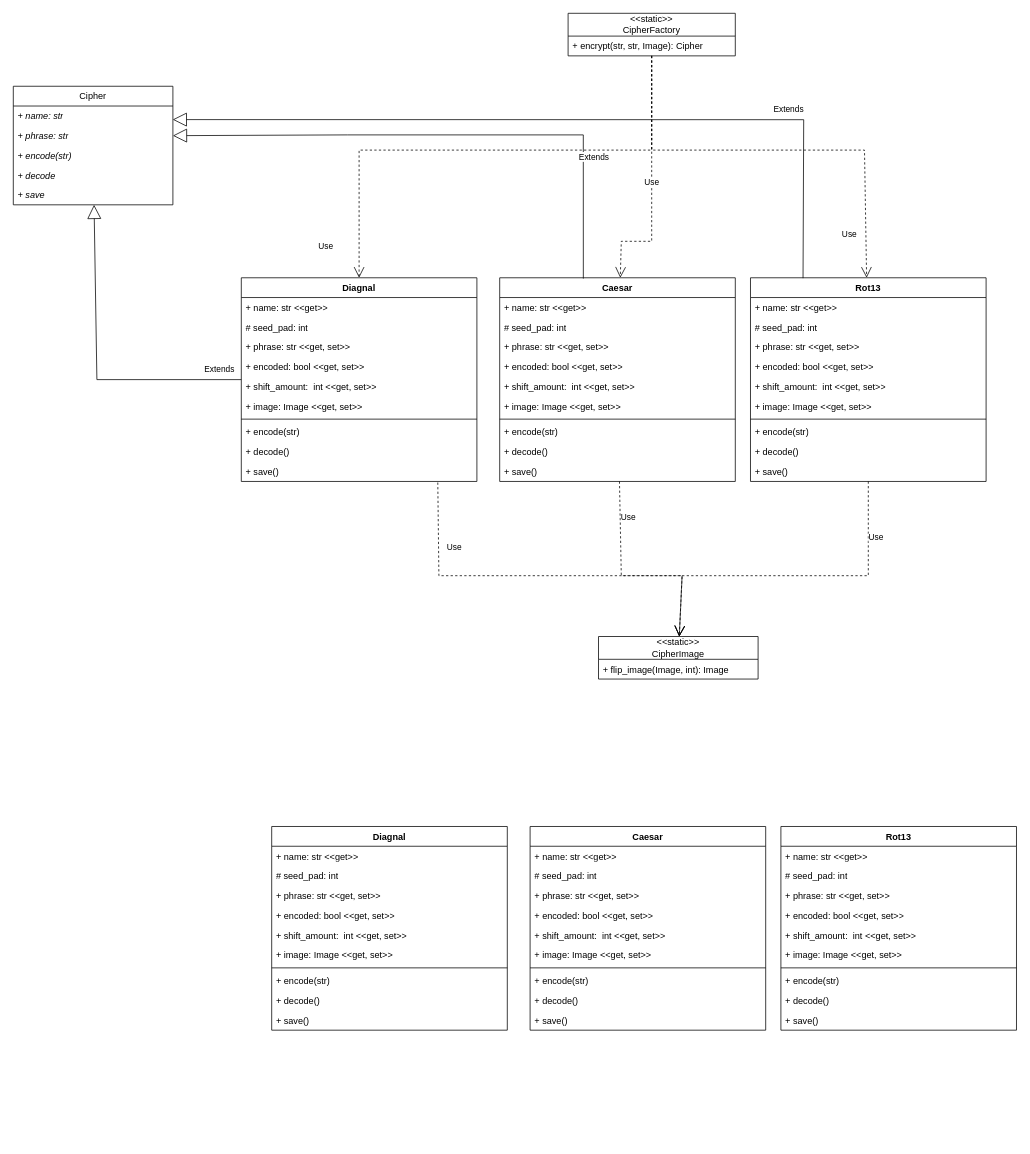
The draw.io diagram Uml.drawio in jessebabcock/cryptogram, before the edit. Source tidied: cells renumbered, new cells numbered last; positions are measured from the earlier drawing's top-left corner, leaving out a move shared by most shapes. Both pictures are drawn from the tidied source at 76%, with x=0, y=0 at pixel (13, 13).
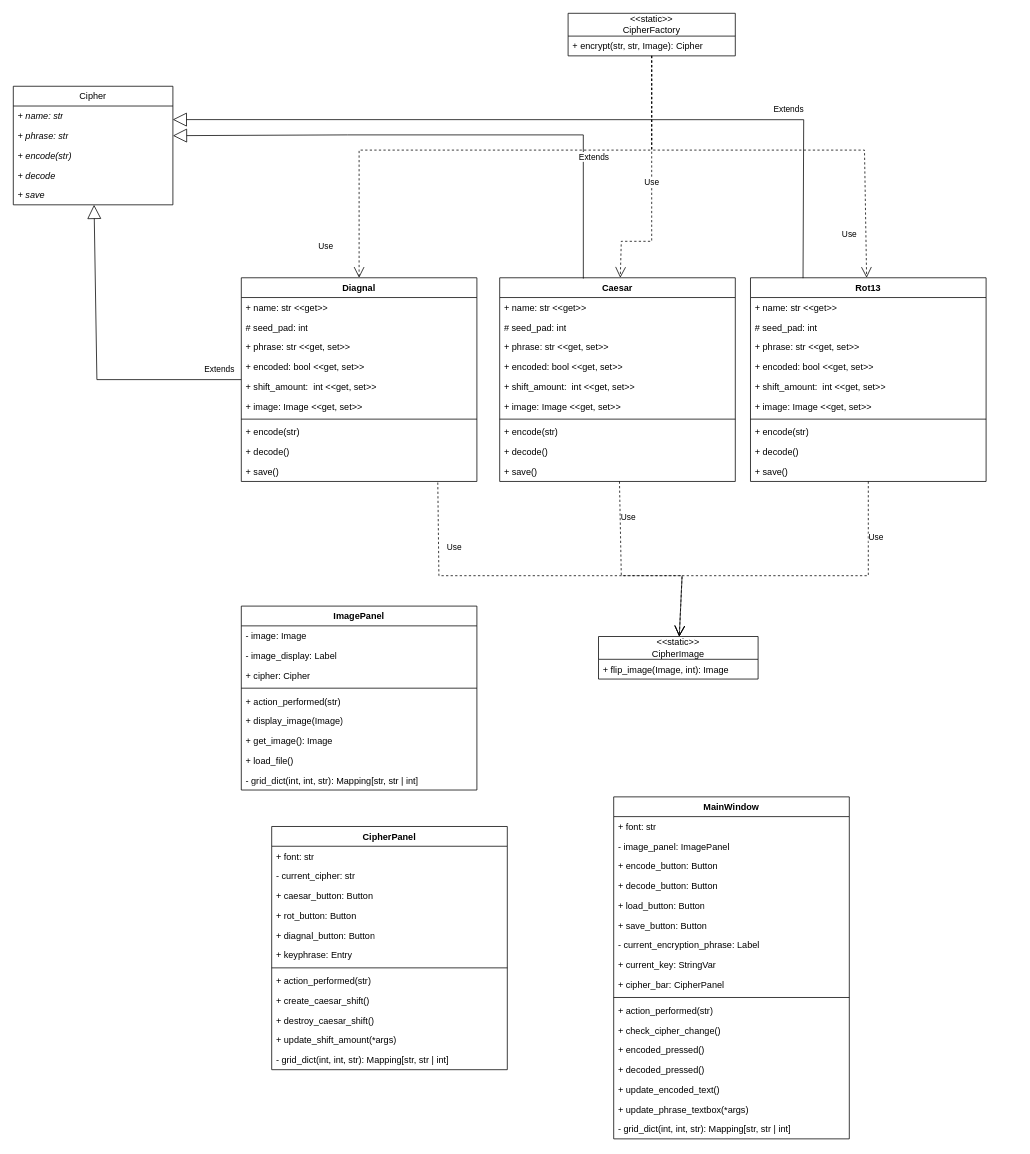
Above is the later version.

Commit message (it also covers changes not shown here):
updated UML and MainWindow

Diff of the diagram source:
```diff
@@
-    <mxCell id="54" value="Rot13" style="swimlane;fontStyle=1;align=center;verticalAlign=top;horizontal=1;startSize=26;whiteSpace=wrap;html=1;" parent="1" vertex="1">
-      <mxGeometry x="1010" y="1070" width="310" height="268" as="geometry" />
-    </mxCell>
-    <mxCell id="55" value="+ name: str &amp;lt;&amp;lt;get&amp;gt;&amp;gt;" style="text;strokeColor=none;fillColor=none;align=left;verticalAlign=top;spacingLeft=4;spacingRight=4;overflow=hidden;whiteSpace=wrap;html=1;" parent="54" vertex="1">
-      <mxGeometry y="26" width="310" height="26" as="geometry" />
-    </mxCell>
-    <mxCell id="56" value="# seed_pad: int" style="text;strokeColor=none;fillColor=none;align=left;verticalAlign=top;spacingLeft=4;spacingRight=4;overflow=hidden;whiteSpace=wrap;html=1;" parent="54" vertex="1">
-      <mxGeometry y="52" width="310" height="26" as="geometry" />
-    </mxCell>
-    <mxCell id="57" value="+ phrase: str &amp;lt;&amp;lt;get, set&amp;gt;&amp;gt;" style="text;strokeColor=none;fillColor=none;align=left;verticalAlign=top;spacingLeft=4;spacingRight=4;overflow=hidden;whiteSpace=wrap;html=1;" parent="54" vertex="1">
-      <mxGeometry y="78" width="310" height="26" as="geometry" />
-    </mxCell>
-    <mxCell id="58" value="+ encoded: bool &amp;lt;&amp;lt;get, set&amp;gt;&amp;gt;" style="text;strokeColor=none;fillColor=none;align=left;verticalAlign=top;spacingLeft=4;spacingRight=4;overflow=hidden;whiteSpace=wrap;html=1;" parent="54" vertex="1">
-      <mxGeometry y="104" width="310" height="26" as="geometry" />
-    </mxCell>
-    <mxCell id="59" value="+ shift_amount:&amp;nbsp; int &amp;lt;&amp;lt;get, set&amp;gt;&amp;gt;" style="text;strokeColor=none;fillColor=none;align=left;verticalAlign=top;spacingLeft=4;spacingRight=4;overflow=hidden;whiteSpace=wrap;html=1;" parent="54" vertex="1">
-      <mxGeometry y="130" width="310" height="26" as="geometry" />
-    </mxCell>
-    <mxCell id="60" value="+ image: Image &amp;lt;&amp;lt;get, set&amp;gt;&amp;gt;" style="text;strokeColor=none;fillColor=none;align=left;verticalAlign=top;spacingLeft=4;spacingRight=4;overflow=hidden;whiteSpace=wrap;html=1;" parent="54" vertex="1">
-      <mxGeometry y="156" width="310" height="26" as="geometry" />
-    </mxCell>
-    <mxCell id="61" style="line;strokeWidth=1;fillColor=none;align=left;verticalAlign=middle;spacingTop=-1;spacingLeft=3;spacingRight=3;labelPosition=right;strokeColor=inherit;" parent="54" vertex="1">
-      <mxGeometry y="182" width="310" height="8" as="geometry" />
-    </mxCell>
-    <mxCell id="62" value="+ encode(str)" style="text;strokeColor=none;fillColor=none;align=left;verticalAlign=top;spacingLeft=4;spacingRight=4;overflow=hidden;whiteSpace=wrap;html=1;" parent="54" vertex="1">
-      <mxGeometry y="190" width="310" height="26" as="geometry" />
-    </mxCell>
-    <mxCell id="63" value="+ decode()" style="text;strokeColor=none;fillColor=none;align=left;verticalAlign=top;spacingLeft=4;spacingRight=4;overflow=hidden;whiteSpace=wrap;html=1;" parent="54" vertex="1">
-      <mxGeometry y="216" width="310" height="26" as="geometry" />
-    </mxCell>
-    <mxCell id="64" value="+ save()" style="text;strokeColor=none;fillColor=none;align=left;verticalAlign=top;spacingLeft=4;spacingRight=4;overflow=hidden;whiteSpace=wrap;html=1;" parent="54" vertex="1">
-      <mxGeometry y="242" width="310" height="26" as="geometry" />
-    </mxCell>
-    <mxCell id="65" value="Caesar" style="swimlane;fontStyle=1;align=center;verticalAlign=top;horizontal=1;startSize=26;whiteSpace=wrap;html=1;" parent="1" vertex="1">
-      <mxGeometry x="680" y="1070" width="310" height="268" as="geometry" />
-    </mxCell>
-    <mxCell id="66" value="+ name: str &amp;lt;&amp;lt;get&amp;gt;&amp;gt;" style="text;strokeColor=none;fillColor=none;align=left;verticalAlign=top;spacingLeft=4;spacingRight=4;overflow=hidden;whiteSpace=wrap;html=1;" parent="65" vertex="1">
-      <mxGeometry y="26" width="310" height="26" as="geometry" />
-    </mxCell>
-    <mxCell id="67" value="# seed_pad: int" style="text;strokeColor=none;fillColor=none;align=left;verticalAlign=top;spacingLeft=4;spacingRight=4;overflow=hidden;whiteSpace=wrap;html=1;" parent="65" vertex="1">
-      <mxGeometry y="52" width="310" height="26" as="geometry" />
-    </mxCell>
-    <mxCell id="68" value="+ phrase: str &amp;lt;&amp;lt;get, set&amp;gt;&amp;gt;" style="text;strokeColor=none;fillColor=none;align=left;verticalAlign=top;spacingLeft=4;spacingRight=4;overflow=hidden;whiteSpace=wrap;html=1;" parent="65" vertex="1">
-      <mxGeometry y="78" width="310" height="26" as="geometry" />
-    </mxCell>
-    <mxCell id="69" value="+ encoded: bool &amp;lt;&amp;lt;get, set&amp;gt;&amp;gt;" style="text;strokeColor=none;fillColor=none;align=left;verticalAlign=top;spacingLeft=4;spacingRight=4;overflow=hidden;whiteSpace=wrap;html=1;" parent="65" vertex="1">
-      <mxGeometry y="104" width="310" height="26" as="geometry" />
-    </mxCell>
-    <mxCell id="70" value="+ shift_amount:&amp;nbsp; int &amp;lt;&amp;lt;get, set&amp;gt;&amp;gt;" style="text;strokeColor=none;fillColor=none;align=left;verticalAlign=top;spacingLeft=4;spacingRight=4;overflow=hidden;whiteSpace=wrap;html=1;" parent="65" vertex="1">
-      <mxGeometry y="130" width="310" height="26" as="geometry" />
-    </mxCell>
-    <mxCell id="71" value="+ image: Image &amp;lt;&amp;lt;get, set&amp;gt;&amp;gt;" style="text;strokeColor=none;fillColor=none;align=left;verticalAlign=top;spacingLeft=4;spacingRight=4;overflow=hidden;whiteSpace=wrap;html=1;" parent="65" vertex="1">
-      <mxGeometry y="156" width="310" height="26" as="geometry" />
-    </mxCell>
-    <mxCell id="72" style="line;strokeWidth=1;fillColor=none;align=left;verticalAlign=middle;spacingTop=-1;spacingLeft=3;spacingRight=3;labelPosition=right;strokeColor=inherit;" parent="65" vertex="1">
-      <mxGeometry y="182" width="310" height="8" as="geometry" />
-    </mxCell>
-    <mxCell id="73" value="+ encode(str)" style="text;strokeColor=none;fillColor=none;align=left;verticalAlign=top;spacingLeft=4;spacingRight=4;overflow=hidden;whiteSpace=wrap;html=1;" parent="65" vertex="1">
-      <mxGeometry y="190" width="310" height="26" as="geometry" />
-    </mxCell>
-    <mxCell id="74" value="+ decode()" style="text;strokeColor=none;fillColor=none;align=left;verticalAlign=top;spacingLeft=4;spacingRight=4;overflow=hidden;whiteSpace=wrap;html=1;" parent="65" vertex="1">
-      <mxGeometry y="216" width="310" height="26" as="geometry" />
-    </mxCell>
-    <mxCell id="75" value="+ save()" style="text;strokeColor=none;fillColor=none;align=left;verticalAlign=top;spacingLeft=4;spacingRight=4;overflow=hidden;whiteSpace=wrap;html=1;" parent="65" vertex="1">
-      <mxGeometry y="242" width="310" height="26" as="geometry" />
-    </mxCell>
-    <mxCell id="76" value="Diagnal" style="swimlane;fontStyle=1;align=center;verticalAlign=top;horizontal=1;startSize=26;whiteSpace=wrap;html=1;" parent="1" vertex="1">
-      <mxGeometry x="340" y="1070" width="310" height="268" as="geometry" />
+    <mxCell id="76" value="CipherPanel" style="swimlane;fontStyle=1;align=center;verticalAlign=top;horizontal=1;startSize=26;whiteSpace=wrap;html=1;" parent="1" vertex="1">
+      <mxGeometry x="340" y="1070" width="310" height="320" as="geometry" />
     </mxCell>
-    <mxCell id="77" value="+ name: str &amp;lt;&amp;lt;get&amp;gt;&amp;gt;" style="text;strokeColor=none;fillColor=none;align=left;verticalAlign=top;spacingLeft=4;spacingRight=4;overflow=hidden;whiteSpace=wrap;html=1;" parent="76" vertex="1">
+    <mxCell id="77" value="+ font: str" style="text;strokeColor=none;fillColor=none;align=left;verticalAlign=top;spacingLeft=4;spacingRight=4;overflow=hidden;whiteSpace=wrap;html=1;" parent="76" vertex="1">
       <mxGeometry y="26" width="310" height="26" as="geometry" />
     </mxCell>
-    <mxCell id="78" value="# seed_pad: int" style="text;strokeColor=none;fillColor=none;align=left;verticalAlign=top;spacingLeft=4;spacingRight=4;overflow=hidden;whiteSpace=wrap;html=1;" parent="76" vertex="1">
-      <mxGeometry y="52" width="310" height="26" as="geometry" />
-    </mxCell>
-    <mxCell id="79" value="+ phrase: str &amp;lt;&amp;lt;get, set&amp;gt;&amp;gt;" style="text;strokeColor=none;fillColor=none;align=left;verticalAlign=top;spacingLeft=4;spacingRight=4;overflow=hidden;whiteSpace=wrap;html=1;" parent="76" vertex="1">
-      <mxGeometry y="78" width="310" height="26" as="geometry" />
-    </mxCell>
-    <mxCell id="80" value="+ encoded: bool &amp;lt;&amp;lt;get, set&amp;gt;&amp;gt;" style="text;strokeColor=none;fillColor=none;align=left;verticalAlign=top;spacingLeft=4;spacingRight=4;overflow=hidden;whiteSpace=wrap;html=1;" parent="76" vertex="1">
-      <mxGeometry y="104" width="310" height="26" as="geometry" />
-    </mxCell>
-    <mxCell id="81" value="+ shift_amount:&amp;nbsp; int &amp;lt;&amp;lt;get, set&amp;gt;&amp;gt;" style="text;strokeColor=none;fillColor=none;align=left;verticalAlign=top;spacingLeft=4;spacingRight=4;overflow=hidden;whiteSpace=wrap;html=1;" parent="76" vertex="1">
-      <mxGeometry y="130" width="310" height="26" as="geometry" />
-    </mxCell>
-    <mxCell id="82" value="+ image: Image &amp;lt;&amp;lt;get, set&amp;gt;&amp;gt;" style="text;strokeColor=none;fillColor=none;align=left;verticalAlign=top;spacingLeft=4;spacingRight=4;overflow=hidden;whiteSpace=wrap;html=1;" parent="76" vertex="1">
-      <mxGeometry y="156" width="310" height="26" as="geometry" />
-    </mxCell>
+    <mxCell id="87" value="- current_cipher: str" style="text;strokeColor=none;fillColor=none;align=left;verticalAlign=top;spacingLeft=4;spacingRight=4;overflow=hidden;whiteSpace=wrap;html=1;" parent="76" vertex="1">
+      <mxGeometry y="52" width="310" height="26" as="geometry" />
+    </mxCell>
+    <mxCell id="88" value="+ caesar_button: Button" style="text;strokeColor=none;fillColor=none;align=left;verticalAlign=top;spacingLeft=4;spacingRight=4;overflow=hidden;whiteSpace=wrap;html=1;" parent="76" vertex="1">
+      <mxGeometry y="78" width="310" height="26" as="geometry" />
+    </mxCell>
+    <mxCell id="89" value="+ rot_button: Button" style="text;strokeColor=none;fillColor=none;align=left;verticalAlign=top;spacingLeft=4;spacingRight=4;overflow=hidden;whiteSpace=wrap;html=1;" parent="76" vertex="1">
+      <mxGeometry y="104" width="310" height="26" as="geometry" />
+    </mxCell>
+    <mxCell id="90" value="+ diagnal_button: Button" style="text;strokeColor=none;fillColor=none;align=left;verticalAlign=top;spacingLeft=4;spacingRight=4;overflow=hidden;whiteSpace=wrap;html=1;" parent="76" vertex="1">
+      <mxGeometry y="130" width="310" height="26" as="geometry" />
+    </mxCell>
+    <mxCell id="91" value="+ keyphrase: Entry" style="text;strokeColor=none;fillColor=none;align=left;verticalAlign=top;spacingLeft=4;spacingRight=4;overflow=hidden;whiteSpace=wrap;html=1;" parent="76" vertex="1">
+      <mxGeometry y="156" width="310" height="26" as="geometry" />
+    </mxCell>
@@
-    <mxCell id="84" value="+ encode(str)" style="text;strokeColor=none;fillColor=none;align=left;verticalAlign=top;spacingLeft=4;spacingRight=4;overflow=hidden;whiteSpace=wrap;html=1;" parent="76" vertex="1">
+    <mxCell id="84" value="+ action_performed(str)" style="text;strokeColor=none;fillColor=none;align=left;verticalAlign=top;spacingLeft=4;spacingRight=4;overflow=hidden;whiteSpace=wrap;html=1;" parent="76" vertex="1">
       <mxGeometry y="190" width="310" height="26" as="geometry" />
     </mxCell>
-    <mxCell id="85" value="+ decode()" style="text;strokeColor=none;fillColor=none;align=left;verticalAlign=top;spacingLeft=4;spacingRight=4;overflow=hidden;whiteSpace=wrap;html=1;" parent="76" vertex="1">
+    <mxCell id="85" value="+ create_caesar_shift()" style="text;strokeColor=none;fillColor=none;align=left;verticalAlign=top;spacingLeft=4;spacingRight=4;overflow=hidden;whiteSpace=wrap;html=1;" parent="76" vertex="1">
       <mxGeometry y="216" width="310" height="26" as="geometry" />
     </mxCell>
+    <mxCell id="92" value="+ destroy_caesar_shift()" style="text;strokeColor=none;fillColor=none;align=left;verticalAlign=top;spacingLeft=4;spacingRight=4;overflow=hidden;whiteSpace=wrap;html=1;" parent="76" vertex="1">
+      <mxGeometry y="242" width="310" height="26" as="geometry" />
+    </mxCell>
+    <mxCell id="93" value="+ update_shift_amount(*args)" style="text;strokeColor=none;fillColor=none;align=left;verticalAlign=top;spacingLeft=4;spacingRight=4;overflow=hidden;whiteSpace=wrap;html=1;" parent="76" vertex="1">
+      <mxGeometry y="268" width="310" height="26" as="geometry" />
+    </mxCell>
-    <mxCell id="86" value="+ save()" style="text;strokeColor=none;fillColor=none;align=left;verticalAlign=top;spacingLeft=4;spacingRight=4;overflow=hidden;whiteSpace=wrap;html=1;" parent="76" vertex="1">
-      <mxGeometry y="242" width="310" height="26" as="geometry" />
+    <mxCell id="86" value="- grid_dict(int, int, str): Mapping[str, str | int]" style="text;strokeColor=none;fillColor=none;align=left;verticalAlign=top;spacingLeft=4;spacingRight=4;overflow=hidden;whiteSpace=wrap;html=1;" parent="76" vertex="1">
+      <mxGeometry y="294" width="310" height="26" as="geometry" />
     </mxCell>
+    <mxCell id="94" value="ImagePanel" style="swimlane;fontStyle=1;align=center;verticalAlign=top;horizontal=1;startSize=26;whiteSpace=wrap;html=1;" parent="1" vertex="1">
+      <mxGeometry x="300" y="780" width="310" height="242" as="geometry" />
+    </mxCell>
+    <mxCell id="95" value="- image: Image" style="text;strokeColor=none;fillColor=none;align=left;verticalAlign=top;spacingLeft=4;spacingRight=4;overflow=hidden;whiteSpace=wrap;html=1;" parent="94" vertex="1">
+      <mxGeometry y="26" width="310" height="26" as="geometry" />
+    </mxCell>
+    <mxCell id="96" value="- image_display: Label" style="text;strokeColor=none;fillColor=none;align=left;verticalAlign=top;spacingLeft=4;spacingRight=4;overflow=hidden;whiteSpace=wrap;html=1;" parent="94" vertex="1">
+      <mxGeometry y="52" width="310" height="26" as="geometry" />
+    </mxCell>
+    <mxCell id="97" value="+ cipher: Cipher" style="text;strokeColor=none;fillColor=none;align=left;verticalAlign=top;spacingLeft=4;spacingRight=4;overflow=hidden;whiteSpace=wrap;html=1;" parent="94" vertex="1">
+      <mxGeometry y="78" width="310" height="26" as="geometry" />
+    </mxCell>
+    <mxCell id="98" style="line;strokeWidth=1;fillColor=none;align=left;verticalAlign=middle;spacingTop=-1;spacingLeft=3;spacingRight=3;labelPosition=right;strokeColor=inherit;" parent="94" vertex="1">
+      <mxGeometry y="104" width="310" height="8" as="geometry" />
+    </mxCell>
+    <mxCell id="99" value="+ action_performed(str)" style="text;strokeColor=none;fillColor=none;align=left;verticalAlign=top;spacingLeft=4;spacingRight=4;overflow=hidden;whiteSpace=wrap;html=1;" parent="94" vertex="1">
+      <mxGeometry y="112" width="310" height="26" as="geometry" />
+    </mxCell>
+    <mxCell id="100" value="+ display_image(Image)" style="text;strokeColor=none;fillColor=none;align=left;verticalAlign=top;spacingLeft=4;spacingRight=4;overflow=hidden;whiteSpace=wrap;html=1;" parent="94" vertex="1">
+      <mxGeometry y="138" width="310" height="26" as="geometry" />
+    </mxCell>
+    <mxCell id="101" value="+ get_image(): Image" style="text;strokeColor=none;fillColor=none;align=left;verticalAlign=top;spacingLeft=4;spacingRight=4;overflow=hidden;whiteSpace=wrap;html=1;" parent="94" vertex="1">
+      <mxGeometry y="164" width="310" height="26" as="geometry" />
+    </mxCell>
+    <mxCell id="102" value="+ load_file()" style="text;strokeColor=none;fillColor=none;align=left;verticalAlign=top;spacingLeft=4;spacingRight=4;overflow=hidden;whiteSpace=wrap;html=1;" parent="94" vertex="1">
+      <mxGeometry y="190" width="310" height="26" as="geometry" />
+    </mxCell>
+    <mxCell id="103" value="- grid_dict(int, int, str): Mapping[str, str | int]" style="text;strokeColor=none;fillColor=none;align=left;verticalAlign=top;spacingLeft=4;spacingRight=4;overflow=hidden;whiteSpace=wrap;html=1;" parent="94" vertex="1">
+      <mxGeometry y="216" width="310" height="26" as="geometry" />
+    </mxCell>
+    <mxCell id="104" value="MainWindow" style="swimlane;fontStyle=1;align=center;verticalAlign=top;horizontal=1;startSize=26;whiteSpace=wrap;html=1;" parent="1" vertex="1">
+      <mxGeometry x="790" y="1031" width="310" height="450" as="geometry" />
+    </mxCell>
+    <mxCell id="105" value="+ font: str" style="text;strokeColor=none;fillColor=none;align=left;verticalAlign=top;spacingLeft=4;spacingRight=4;overflow=hidden;whiteSpace=wrap;html=1;" parent="104" vertex="1">
+      <mxGeometry y="26" width="310" height="26" as="geometry" />
+    </mxCell>
+    <mxCell id="106" value="- image_panel: ImagePanel" style="text;strokeColor=none;fillColor=none;align=left;verticalAlign=top;spacingLeft=4;spacingRight=4;overflow=hidden;whiteSpace=wrap;html=1;" parent="104" vertex="1">
+      <mxGeometry y="52" width="310" height="26" as="geometry" />
+    </mxCell>
+    <mxCell id="107" value="+ encode_button: Button" style="text;strokeColor=none;fillColor=none;align=left;verticalAlign=top;spacingLeft=4;spacingRight=4;overflow=hidden;whiteSpace=wrap;html=1;" parent="104" vertex="1">
+      <mxGeometry y="78" width="310" height="26" as="geometry" />
+    </mxCell>
+    <mxCell id="108" value="+ decode_button: Button" style="text;strokeColor=none;fillColor=none;align=left;verticalAlign=top;spacingLeft=4;spacingRight=4;overflow=hidden;whiteSpace=wrap;html=1;" parent="104" vertex="1">
+      <mxGeometry y="104" width="310" height="26" as="geometry" />
+    </mxCell>
+    <mxCell id="109" value="+ load_button: Button" style="text;strokeColor=none;fillColor=none;align=left;verticalAlign=top;spacingLeft=4;spacingRight=4;overflow=hidden;whiteSpace=wrap;html=1;" parent="104" vertex="1">
+      <mxGeometry y="130" width="310" height="26" as="geometry" />
+    </mxCell>
+    <mxCell id="110" value="+ save_button: Button" style="text;strokeColor=none;fillColor=none;align=left;verticalAlign=top;spacingLeft=4;spacingRight=4;overflow=hidden;whiteSpace=wrap;html=1;" parent="104" vertex="1">
+      <mxGeometry y="156" width="310" height="26" as="geometry" />
+    </mxCell>
+    <mxCell id="111" value="- current_encryption_phrase: Label" style="text;strokeColor=none;fillColor=none;align=left;verticalAlign=top;spacingLeft=4;spacingRight=4;overflow=hidden;whiteSpace=wrap;html=1;" parent="104" vertex="1">
+      <mxGeometry y="182" width="310" height="26" as="geometry" />
+    </mxCell>
+    <mxCell id="112" value="+ current_key: StringVar" style="text;strokeColor=none;fillColor=none;align=left;verticalAlign=top;spacingLeft=4;spacingRight=4;overflow=hidden;whiteSpace=wrap;html=1;" parent="104" vertex="1">
+      <mxGeometry y="208" width="310" height="26" as="geometry" />
+    </mxCell>
+    <mxCell id="113" value="+ cipher_bar: CipherPanel" style="text;strokeColor=none;fillColor=none;align=left;verticalAlign=top;spacingLeft=4;spacingRight=4;overflow=hidden;whiteSpace=wrap;html=1;" parent="104" vertex="1">
+      <mxGeometry y="234" width="310" height="26" as="geometry" />
+    </mxCell>
+    <mxCell id="114" style="line;strokeWidth=1;fillColor=none;align=left;verticalAlign=middle;spacingTop=-1;spacingLeft=3;spacingRight=3;labelPosition=right;strokeColor=inherit;" parent="104" vertex="1">
+      <mxGeometry y="260" width="310" height="8" as="geometry" />
+    </mxCell>
+    <mxCell id="115" value="+ action_performed(str)" style="text;strokeColor=none;fillColor=none;align=left;verticalAlign=top;spacingLeft=4;spacingRight=4;overflow=hidden;whiteSpace=wrap;html=1;" parent="104" vertex="1">
+      <mxGeometry y="268" width="310" height="26" as="geometry" />
+    </mxCell>
+    <mxCell id="116" value="+ check_cipher_change()" style="text;strokeColor=none;fillColor=none;align=left;verticalAlign=top;spacingLeft=4;spacingRight=4;overflow=hidden;whiteSpace=wrap;html=1;" parent="104" vertex="1">
+      <mxGeometry y="294" width="310" height="26" as="geometry" />
+    </mxCell>
+    <mxCell id="117" value="+ encoded_pressed()" style="text;strokeColor=none;fillColor=none;align=left;verticalAlign=top;spacingLeft=4;spacingRight=4;overflow=hidden;whiteSpace=wrap;html=1;" parent="104" vertex="1">
+      <mxGeometry y="320" width="310" height="26" as="geometry" />
+    </mxCell>
+    <mxCell id="118" value="+ decoded_pressed()" style="text;strokeColor=none;fillColor=none;align=left;verticalAlign=top;spacingLeft=4;spacingRight=4;overflow=hidden;whiteSpace=wrap;html=1;" parent="104" vertex="1">
+      <mxGeometry y="346" width="310" height="26" as="geometry" />
+    </mxCell>
+    <mxCell id="119" value="+ update_encoded_text()" style="text;strokeColor=none;fillColor=none;align=left;verticalAlign=top;spacingLeft=4;spacingRight=4;overflow=hidden;whiteSpace=wrap;html=1;" parent="104" vertex="1">
+      <mxGeometry y="372" width="310" height="26" as="geometry" />
+    </mxCell>
+    <mxCell id="120" value="+ update_phrase_textbox(*args)" style="text;strokeColor=none;fillColor=none;align=left;verticalAlign=top;spacingLeft=4;spacingRight=4;overflow=hidden;whiteSpace=wrap;html=1;" parent="104" vertex="1">
+      <mxGeometry y="398" width="310" height="26" as="geometry" />
+    </mxCell>
+    <mxCell id="121" value="- grid_dict(int, int, str): Mapping[str, str | int]" style="text;strokeColor=none;fillColor=none;align=left;verticalAlign=top;spacingLeft=4;spacingRight=4;overflow=hidden;whiteSpace=wrap;html=1;" parent="104" vertex="1">
+      <mxGeometry y="424" width="310" height="26" as="geometry" />
+    </mxCell>
```
